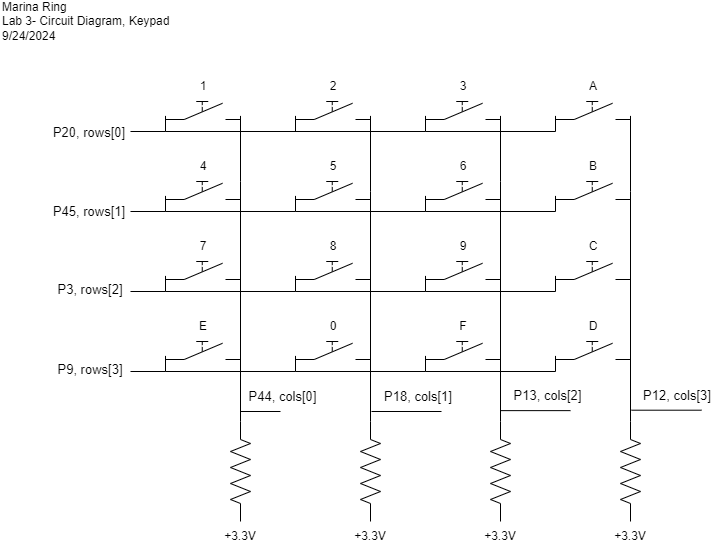
The draw.io diagram images/Lab3/LAB3_KEYPAD_CIRCUIT.png in marinaring/marinaring.github.io, before a commit. Source tidied: cells renumbered, new cells last; positions are measured from the earlier drawing's top-left corner, leaving out a move shared by most shapes. Its diagram source:
```xml
<mxGraphModel>
  <root>
    <mxCell id="0" />
    <mxCell id="1" parent="0" />
    <mxCell id="2" value="P44, cols[0]" style="text;html=1;align=center;verticalAlign=middle;whiteSpace=wrap;rounded=0;fontSize=13;" parent="1" vertex="1">
      <mxGeometry x="240" y="380" width="85" height="30" as="geometry" />
    </mxCell>
    <mxCell id="3" value="Marina Ring&lt;div&gt;Lab 3- Circuit Diagram, Keypad&lt;/div&gt;&lt;div&gt;9/24/2024&lt;/div&gt;" style="text;html=1;align=left;verticalAlign=middle;whiteSpace=wrap;rounded=0;" parent="1" vertex="1">
      <mxGeometry width="170" height="40" as="geometry" />
    </mxCell>
    <mxCell id="4" style="edgeStyle=orthogonalEdgeStyle;rounded=0;jettySize=auto;html=1;exitX=0;exitY=0.8;exitDx=0;exitDy=0;entryX=0;entryY=0.8;entryDx=0;entryDy=0;endArrow=none;endFill=0;" parent="1" edge="1" source="6" target="8">
      <mxGeometry relative="1" as="geometry">
        <Array as="points">
          <mxPoint x="165" y="130" />
          <mxPoint x="295" y="130" />
        </Array>
      </mxGeometry>
    </mxCell>
    <mxCell id="5" style="edgeStyle=orthogonalEdgeStyle;rounded=0;jettySize=auto;html=1;exitX=1;exitY=0.8;exitDx=0;exitDy=0;endArrow=none;endFill=0;entryX=0;entryY=0.5;entryDx=0;entryDy=0;entryPerimeter=0;" parent="1" edge="1" source="6" target="38">
      <mxGeometry relative="1" as="geometry">
        <Array as="points">
          <mxPoint x="240" y="180" />
        </Array>
      </mxGeometry>
    </mxCell>
    <mxCell id="6" style="verticalLabelPosition=bottom;shadow=0;dashed=0;align=center;html=1;verticalAlign=top;shape=mxgraph.electrical.electro-mechanical.manualSwitch2;elSwitchState=off;" parent="1" vertex="1">
      <mxGeometry x="165" y="100" width="75" height="18" as="geometry" />
    </mxCell>
    <mxCell id="7" style="edgeStyle=orthogonalEdgeStyle;rounded=0;jettySize=auto;html=1;exitX=1;exitY=0.8;exitDx=0;exitDy=0;endArrow=none;endFill=0;entryX=0;entryY=0.5;entryDx=0;entryDy=0;entryPerimeter=0;" parent="1" edge="1" source="8" target="39">
      <mxGeometry relative="1" as="geometry">
        <Array as="points">
          <mxPoint x="370" y="190" />
          <mxPoint x="370" y="190" />
        </Array>
      </mxGeometry>
    </mxCell>
    <mxCell id="8" style="verticalLabelPosition=bottom;shadow=0;dashed=0;align=center;html=1;verticalAlign=top;shape=mxgraph.electrical.electro-mechanical.manualSwitch2;elSwitchState=off;" parent="1" vertex="1">
      <mxGeometry x="295" y="100" width="75" height="18" as="geometry" />
    </mxCell>
    <mxCell id="9" style="edgeStyle=orthogonalEdgeStyle;rounded=0;jettySize=auto;html=1;exitX=0;exitY=0.8;exitDx=0;exitDy=0;endArrow=none;endFill=0;" parent="1" edge="1" source="11">
      <mxGeometry relative="1" as="geometry">
        <mxPoint x="265" y="130" as="targetPoint" />
        <Array as="points">
          <mxPoint x="425" y="130" />
        </Array>
      </mxGeometry>
    </mxCell>
    <mxCell id="10" style="edgeStyle=orthogonalEdgeStyle;rounded=0;jettySize=auto;html=1;exitX=1;exitY=0.8;exitDx=0;exitDy=0;endArrow=none;endFill=0;entryX=0;entryY=0.5;entryDx=0;entryDy=0;entryPerimeter=0;" parent="1" edge="1" source="11" target="36">
      <mxGeometry relative="1" as="geometry">
        <Array as="points">
          <mxPoint x="500" y="180" />
        </Array>
      </mxGeometry>
    </mxCell>
    <mxCell id="11" style="verticalLabelPosition=bottom;shadow=0;dashed=0;align=center;html=1;verticalAlign=top;shape=mxgraph.electrical.electro-mechanical.manualSwitch2;elSwitchState=off;" parent="1" vertex="1">
      <mxGeometry x="425" y="100" width="75" height="18" as="geometry" />
    </mxCell>
    <mxCell id="12" style="edgeStyle=orthogonalEdgeStyle;rounded=0;jettySize=auto;html=1;exitX=0;exitY=0.8;exitDx=0;exitDy=0;endArrow=none;endFill=0;" parent="1" edge="1" source="14">
      <mxGeometry relative="1" as="geometry">
        <mxPoint x="425" y="130" as="targetPoint" />
        <Array as="points">
          <mxPoint x="555" y="130" />
        </Array>
      </mxGeometry>
    </mxCell>
    <mxCell id="13" style="edgeStyle=orthogonalEdgeStyle;rounded=0;jettySize=auto;html=1;exitX=1;exitY=0.8;exitDx=0;exitDy=0;endArrow=none;endFill=0;entryX=0;entryY=0.5;entryDx=0;entryDy=0;entryPerimeter=0;" parent="1" edge="1" source="14" target="37">
      <mxGeometry relative="1" as="geometry">
        <Array as="points">
          <mxPoint x="630" y="190" />
          <mxPoint x="630" y="190" />
        </Array>
      </mxGeometry>
    </mxCell>
    <mxCell id="14" style="verticalLabelPosition=bottom;shadow=0;dashed=0;align=center;html=1;verticalAlign=top;shape=mxgraph.electrical.electro-mechanical.manualSwitch2;elSwitchState=off;" parent="1" vertex="1">
      <mxGeometry x="555" y="100" width="75" height="18" as="geometry" />
    </mxCell>
    <mxCell id="15" style="verticalLabelPosition=bottom;shadow=0;dashed=0;align=center;html=1;verticalAlign=top;shape=mxgraph.electrical.electro-mechanical.manualSwitch2;elSwitchState=off;" parent="1" vertex="1">
      <mxGeometry x="165" y="180" width="75" height="18" as="geometry" />
    </mxCell>
    <mxCell id="16" style="edgeStyle=orthogonalEdgeStyle;rounded=0;jettySize=auto;html=1;exitX=0;exitY=0.8;exitDx=0;exitDy=0;entryX=0;entryY=0.8;entryDx=0;entryDy=0;endArrow=none;endFill=0;" parent="1" edge="1" source="17" target="15">
      <mxGeometry relative="1" as="geometry">
        <Array as="points">
          <mxPoint x="295" y="210" />
          <mxPoint x="165" y="210" />
        </Array>
      </mxGeometry>
    </mxCell>
    <mxCell id="17" style="verticalLabelPosition=bottom;shadow=0;dashed=0;align=center;html=1;verticalAlign=top;shape=mxgraph.electrical.electro-mechanical.manualSwitch2;elSwitchState=off;" parent="1" vertex="1">
      <mxGeometry x="295" y="180" width="75" height="18" as="geometry" />
    </mxCell>
    <mxCell id="18" style="edgeStyle=orthogonalEdgeStyle;rounded=0;jettySize=auto;html=1;exitX=0;exitY=0.8;exitDx=0;exitDy=0;endArrow=none;endFill=0;" parent="1" edge="1" source="19">
      <mxGeometry relative="1" as="geometry">
        <mxPoint x="295" y="210" as="targetPoint" />
        <Array as="points">
          <mxPoint x="425" y="210" />
        </Array>
      </mxGeometry>
    </mxCell>
    <mxCell id="19" style="verticalLabelPosition=bottom;shadow=0;dashed=0;align=center;html=1;verticalAlign=top;shape=mxgraph.electrical.electro-mechanical.manualSwitch2;elSwitchState=off;" parent="1" vertex="1">
      <mxGeometry x="425" y="180" width="75" height="18" as="geometry" />
    </mxCell>
    <mxCell id="20" style="edgeStyle=orthogonalEdgeStyle;rounded=0;jettySize=auto;html=1;exitX=0;exitY=0.8;exitDx=0;exitDy=0;endArrow=none;endFill=0;" parent="1" edge="1" source="21">
      <mxGeometry relative="1" as="geometry">
        <mxPoint x="425" y="210" as="targetPoint" />
        <Array as="points">
          <mxPoint x="555" y="210" />
        </Array>
      </mxGeometry>
    </mxCell>
    <mxCell id="21" style="verticalLabelPosition=bottom;shadow=0;dashed=0;align=center;html=1;verticalAlign=top;shape=mxgraph.electrical.electro-mechanical.manualSwitch2;elSwitchState=off;" parent="1" vertex="1">
      <mxGeometry x="555" y="180" width="75" height="18" as="geometry" />
    </mxCell>
    <mxCell id="22" style="verticalLabelPosition=bottom;shadow=0;dashed=0;align=center;html=1;verticalAlign=top;shape=mxgraph.electrical.electro-mechanical.manualSwitch2;elSwitchState=off;" parent="1" vertex="1">
      <mxGeometry x="165" y="260" width="75" height="18" as="geometry" />
    </mxCell>
    <mxCell id="23" style="edgeStyle=orthogonalEdgeStyle;rounded=0;jettySize=auto;html=1;exitX=0;exitY=0.8;exitDx=0;exitDy=0;entryX=0;entryY=0.8;entryDx=0;entryDy=0;endArrow=none;endFill=0;" parent="1" edge="1" source="24" target="22">
      <mxGeometry relative="1" as="geometry">
        <Array as="points">
          <mxPoint x="295" y="290" />
          <mxPoint x="165" y="290" />
        </Array>
      </mxGeometry>
    </mxCell>
    <mxCell id="24" style="verticalLabelPosition=bottom;shadow=0;dashed=0;align=center;html=1;verticalAlign=top;shape=mxgraph.electrical.electro-mechanical.manualSwitch2;elSwitchState=off;" parent="1" vertex="1">
      <mxGeometry x="295" y="260" width="75" height="18" as="geometry" />
    </mxCell>
    <mxCell id="25" style="edgeStyle=orthogonalEdgeStyle;rounded=0;jettySize=auto;html=1;exitX=0;exitY=0.8;exitDx=0;exitDy=0;endArrow=none;endFill=0;" parent="1" edge="1" source="26">
      <mxGeometry relative="1" as="geometry">
        <mxPoint x="295" y="290" as="targetPoint" />
        <Array as="points">
          <mxPoint x="425" y="290" />
        </Array>
      </mxGeometry>
    </mxCell>
    <mxCell id="26" style="verticalLabelPosition=bottom;shadow=0;dashed=0;align=center;html=1;verticalAlign=top;shape=mxgraph.electrical.electro-mechanical.manualSwitch2;elSwitchState=off;" parent="1" vertex="1">
      <mxGeometry x="425" y="260" width="75" height="18" as="geometry" />
    </mxCell>
    <mxCell id="27" style="edgeStyle=orthogonalEdgeStyle;rounded=0;jettySize=auto;html=1;exitX=0;exitY=0.8;exitDx=0;exitDy=0;endArrow=none;endFill=0;" parent="1" edge="1" source="28">
      <mxGeometry relative="1" as="geometry">
        <mxPoint x="425" y="290" as="targetPoint" />
        <Array as="points">
          <mxPoint x="555" y="290" />
        </Array>
      </mxGeometry>
    </mxCell>
    <mxCell id="28" style="verticalLabelPosition=bottom;shadow=0;dashed=0;align=center;html=1;verticalAlign=top;shape=mxgraph.electrical.electro-mechanical.manualSwitch2;elSwitchState=off;" parent="1" vertex="1">
      <mxGeometry x="555" y="260" width="75" height="18" as="geometry" />
    </mxCell>
    <mxCell id="29" style="verticalLabelPosition=bottom;shadow=0;dashed=0;align=center;html=1;verticalAlign=top;shape=mxgraph.electrical.electro-mechanical.manualSwitch2;elSwitchState=off;" parent="1" vertex="1">
      <mxGeometry x="165" y="340" width="75" height="18" as="geometry" />
    </mxCell>
    <mxCell id="30" style="edgeStyle=orthogonalEdgeStyle;rounded=0;jettySize=auto;html=1;exitX=0;exitY=0.8;exitDx=0;exitDy=0;entryX=0;entryY=0.8;entryDx=0;entryDy=0;endArrow=none;endFill=0;" parent="1" edge="1" source="31" target="29">
      <mxGeometry relative="1" as="geometry">
        <Array as="points">
          <mxPoint x="295" y="370" />
          <mxPoint x="165" y="370" />
        </Array>
      </mxGeometry>
    </mxCell>
    <mxCell id="31" style="verticalLabelPosition=bottom;shadow=0;dashed=0;align=center;html=1;verticalAlign=top;shape=mxgraph.electrical.electro-mechanical.manualSwitch2;elSwitchState=off;" parent="1" vertex="1">
      <mxGeometry x="295" y="340" width="75" height="18" as="geometry" />
    </mxCell>
    <mxCell id="32" style="edgeStyle=orthogonalEdgeStyle;rounded=0;jettySize=auto;html=1;exitX=0;exitY=0.8;exitDx=0;exitDy=0;endArrow=none;endFill=0;" parent="1" edge="1" source="33">
      <mxGeometry relative="1" as="geometry">
        <mxPoint x="295" y="370" as="targetPoint" />
        <Array as="points">
          <mxPoint x="425" y="370" />
        </Array>
      </mxGeometry>
    </mxCell>
    <mxCell id="33" style="verticalLabelPosition=bottom;shadow=0;dashed=0;align=center;html=1;verticalAlign=top;shape=mxgraph.electrical.electro-mechanical.manualSwitch2;elSwitchState=off;" parent="1" vertex="1">
      <mxGeometry x="425" y="340" width="75" height="18" as="geometry" />
    </mxCell>
    <mxCell id="34" style="edgeStyle=orthogonalEdgeStyle;rounded=0;jettySize=auto;html=1;exitX=0;exitY=0.8;exitDx=0;exitDy=0;endArrow=none;endFill=0;" parent="1" edge="1" source="35">
      <mxGeometry relative="1" as="geometry">
        <mxPoint x="425" y="370" as="targetPoint" />
        <Array as="points">
          <mxPoint x="555" y="370" />
        </Array>
      </mxGeometry>
    </mxCell>
    <mxCell id="35" style="verticalLabelPosition=bottom;shadow=0;dashed=0;align=center;html=1;verticalAlign=top;shape=mxgraph.electrical.electro-mechanical.manualSwitch2;elSwitchState=off;" parent="1" vertex="1">
      <mxGeometry x="555" y="340" width="75" height="18" as="geometry" />
    </mxCell>
    <mxCell id="36" style="verticalLabelPosition=bottom;shadow=0;dashed=0;align=center;html=1;verticalAlign=top;shape=mxgraph.electrical.resistors.resistor_2;rotation=90;" parent="1" vertex="1">
      <mxGeometry x="450" y="460" width="100" height="20" as="geometry" />
    </mxCell>
    <mxCell id="37" style="verticalLabelPosition=bottom;shadow=0;dashed=0;align=center;html=1;verticalAlign=top;shape=mxgraph.electrical.resistors.resistor_2;rotation=90;" parent="1" vertex="1">
      <mxGeometry x="580" y="460" width="100" height="20" as="geometry" />
    </mxCell>
    <mxCell id="38" style="verticalLabelPosition=bottom;shadow=0;dashed=0;align=center;html=1;verticalAlign=top;shape=mxgraph.electrical.resistors.resistor_2;rotation=90;" parent="1" vertex="1">
      <mxGeometry x="190" y="460" width="100" height="20" as="geometry" />
    </mxCell>
    <mxCell id="39" style="verticalLabelPosition=bottom;shadow=0;dashed=0;align=center;html=1;verticalAlign=top;shape=mxgraph.electrical.resistors.resistor_2;rotation=90;" parent="1" vertex="1">
      <mxGeometry x="320" y="460" width="100" height="20" as="geometry" />
    </mxCell>
    <mxCell id="40" style="endArrow=none;html=1;rounded=0;" parent="1" edge="1">
      <mxGeometry relative="1" as="geometry">
        <mxPoint x="240" y="410" as="sourcePoint" />
        <mxPoint x="280" y="410" as="targetPoint" />
      </mxGeometry>
    </mxCell>
    <mxCell id="41" value="P18, cols[1]" style="text;html=1;align=center;verticalAlign=middle;whiteSpace=wrap;rounded=0;fontSize=13;" parent="1" vertex="1">
      <mxGeometry x="366" y="380" width="104" height="30" as="geometry" />
    </mxCell>
    <mxCell id="42" style="endArrow=none;html=1;rounded=0;" parent="1" edge="1">
      <mxGeometry relative="1" as="geometry">
        <mxPoint x="371" y="410" as="sourcePoint" />
        <mxPoint x="441" y="410" as="targetPoint" />
      </mxGeometry>
    </mxCell>
    <mxCell id="43" value="P13, cols[2]" style="text;html=1;align=center;verticalAlign=middle;whiteSpace=wrap;rounded=0;fontSize=13;" parent="1" vertex="1">
      <mxGeometry x="500" y="378.7" width="95" height="30" as="geometry" />
    </mxCell>
    <mxCell id="44" style="endArrow=none;html=1;rounded=0;" parent="1" edge="1">
      <mxGeometry relative="1" as="geometry">
        <mxPoint x="500" y="409.1" as="sourcePoint" />
        <mxPoint x="570" y="409.1" as="targetPoint" />
      </mxGeometry>
    </mxCell>
    <mxCell id="45" value="P12, cols[3]" style="text;html=1;align=center;verticalAlign=middle;whiteSpace=wrap;rounded=0;fontSize=13;" parent="1" vertex="1">
      <mxGeometry x="630" y="378.7" width="94" height="30" as="geometry" />
    </mxCell>
    <mxCell id="46" style="endArrow=none;html=1;rounded=0;" parent="1" edge="1">
      <mxGeometry relative="1" as="geometry">
        <mxPoint x="631" y="408.7" as="sourcePoint" />
        <mxPoint x="701" y="408.7" as="targetPoint" />
      </mxGeometry>
    </mxCell>
    <mxCell id="47" value="+3.3V" style="text;html=1;align=center;verticalAlign=middle;whiteSpace=wrap;rounded=0;" parent="1" vertex="1">
      <mxGeometry x="210" y="520" width="60" height="30" as="geometry" />
    </mxCell>
    <mxCell id="48" value="+3.3V" style="text;html=1;align=center;verticalAlign=middle;whiteSpace=wrap;rounded=0;" parent="1" vertex="1">
      <mxGeometry x="340" y="520" width="60" height="30" as="geometry" />
    </mxCell>
    <mxCell id="49" value="+3.3V" style="text;html=1;align=center;verticalAlign=middle;whiteSpace=wrap;rounded=0;" parent="1" vertex="1">
      <mxGeometry x="470" y="520" width="60" height="30" as="geometry" />
    </mxCell>
    <mxCell id="50" value="+3.3V" style="text;html=1;align=center;verticalAlign=middle;whiteSpace=wrap;rounded=0;" parent="1" vertex="1">
      <mxGeometry x="600" y="520" width="60" height="30" as="geometry" />
    </mxCell>
    <mxCell id="51" style="endArrow=none;html=1;rounded=0;" parent="1" edge="1">
      <mxGeometry relative="1" as="geometry">
        <mxPoint x="130" y="130" as="sourcePoint" />
        <mxPoint x="165" y="130" as="targetPoint" />
      </mxGeometry>
    </mxCell>
    <mxCell id="52" style="endArrow=none;html=1;rounded=0;" parent="1" edge="1">
      <mxGeometry relative="1" as="geometry">
        <mxPoint x="130" y="210" as="sourcePoint" />
        <mxPoint x="165" y="210" as="targetPoint" />
      </mxGeometry>
    </mxCell>
    <mxCell id="53" style="endArrow=none;html=1;rounded=0;" parent="1" edge="1">
      <mxGeometry relative="1" as="geometry">
        <mxPoint x="130" y="290" as="sourcePoint" />
        <mxPoint x="165" y="290" as="targetPoint" />
      </mxGeometry>
    </mxCell>
    <mxCell id="54" style="endArrow=none;html=1;rounded=0;" parent="1" edge="1">
      <mxGeometry relative="1" as="geometry">
        <mxPoint x="130" y="370" as="sourcePoint" />
        <mxPoint x="165" y="370" as="targetPoint" />
      </mxGeometry>
    </mxCell>
    <mxCell id="55" value="P20,&amp;nbsp;&lt;span style=&quot;background-color: initial; font-size: 13px;&quot;&gt;rows[0]&lt;/span&gt;" style="text;html=1;align=center;verticalAlign=middle;whiteSpace=wrap;rounded=0;fontSize=13;" parent="1" vertex="1">
      <mxGeometry x="59" y="116" width="60" height="30" as="geometry" />
    </mxCell>
    <mxCell id="56" value="&lt;font style=&quot;font-size: 13px;&quot;&gt;P45,&amp;nbsp;&lt;span style=&quot;background-color: initial;&quot;&gt;rows[1]&lt;/span&gt;&lt;/font&gt;" style="text;html=1;align=center;verticalAlign=middle;whiteSpace=wrap;rounded=0;" parent="1" vertex="1">
      <mxGeometry x="59" y="195" width="60" height="30" as="geometry" />
    </mxCell>
    <mxCell id="57" value="P3,&amp;nbsp;&lt;span style=&quot;background-color: initial; font-size: 13px;&quot;&gt;rows[2]&lt;/span&gt;" style="text;html=1;align=center;verticalAlign=middle;whiteSpace=wrap;rounded=0;fontSize=13;" parent="1" vertex="1">
      <mxGeometry x="60" y="273" width="60" height="30" as="geometry" />
    </mxCell>
    <mxCell id="58" value="P9,&amp;nbsp;&lt;span style=&quot;background-color: initial; font-size: 13px;&quot;&gt;rows[3]&lt;/span&gt;" style="text;html=1;align=center;verticalAlign=middle;whiteSpace=wrap;rounded=0;fontSize=13;" parent="1" vertex="1">
      <mxGeometry x="60" y="353" width="60" height="30" as="geometry" />
    </mxCell>
    <mxCell id="59" value="1" style="text;html=1;align=center;verticalAlign=middle;whiteSpace=wrap;rounded=0;" parent="1" vertex="1">
      <mxGeometry x="172.5" y="70" width="60" height="30" as="geometry" />
    </mxCell>
    <mxCell id="60" value="2" style="text;html=1;align=center;verticalAlign=middle;whiteSpace=wrap;rounded=0;" parent="1" vertex="1">
      <mxGeometry x="302.5" y="70" width="60" height="30" as="geometry" />
    </mxCell>
    <mxCell id="61" value="3" style="text;html=1;align=center;verticalAlign=middle;whiteSpace=wrap;rounded=0;" parent="1" vertex="1">
      <mxGeometry x="432.5" y="70" width="60" height="30" as="geometry" />
    </mxCell>
    <mxCell id="62" value="A" style="text;html=1;align=center;verticalAlign=middle;whiteSpace=wrap;rounded=0;" parent="1" vertex="1">
      <mxGeometry x="562.5" y="70" width="60" height="30" as="geometry" />
    </mxCell>
    <mxCell id="63" value="B" style="text;html=1;align=center;verticalAlign=middle;whiteSpace=wrap;rounded=0;" parent="1" vertex="1">
      <mxGeometry x="562.5" y="150" width="60" height="30" as="geometry" />
    </mxCell>
    <mxCell id="64" value="C" style="text;html=1;align=center;verticalAlign=middle;whiteSpace=wrap;rounded=0;" parent="1" vertex="1">
      <mxGeometry x="562.5" y="230" width="60" height="30" as="geometry" />
    </mxCell>
    <mxCell id="65" value="D" style="text;html=1;align=center;verticalAlign=middle;whiteSpace=wrap;rounded=0;" parent="1" vertex="1">
      <mxGeometry x="562.5" y="310" width="60" height="30" as="geometry" />
    </mxCell>
    <mxCell id="66" value="4" style="text;html=1;align=center;verticalAlign=middle;whiteSpace=wrap;rounded=0;" parent="1" vertex="1">
      <mxGeometry x="172.5" y="150" width="60" height="30" as="geometry" />
    </mxCell>
    <mxCell id="67" value="5" style="text;html=1;align=center;verticalAlign=middle;whiteSpace=wrap;rounded=0;" parent="1" vertex="1">
      <mxGeometry x="302.5" y="150" width="60" height="30" as="geometry" />
    </mxCell>
    <mxCell id="68" value="6" style="text;html=1;align=center;verticalAlign=middle;whiteSpace=wrap;rounded=0;" parent="1" vertex="1">
      <mxGeometry x="432.5" y="150" width="60" height="30" as="geometry" />
    </mxCell>
    <mxCell id="69" value="7" style="text;html=1;align=center;verticalAlign=middle;whiteSpace=wrap;rounded=0;" parent="1" vertex="1">
      <mxGeometry x="172.5" y="230" width="60" height="30" as="geometry" />
    </mxCell>
    <mxCell id="70" value="8" style="text;html=1;align=center;verticalAlign=middle;whiteSpace=wrap;rounded=0;" parent="1" vertex="1">
      <mxGeometry x="302.5" y="230" width="60" height="30" as="geometry" />
    </mxCell>
    <mxCell id="71" value="9" style="text;html=1;align=center;verticalAlign=middle;whiteSpace=wrap;rounded=0;" parent="1" vertex="1">
      <mxGeometry x="432.5" y="230" width="60" height="30" as="geometry" />
    </mxCell>
    <mxCell id="72" value="E" style="text;html=1;align=center;verticalAlign=middle;whiteSpace=wrap;rounded=0;" parent="1" vertex="1">
      <mxGeometry x="172.5" y="310" width="60" height="30" as="geometry" />
    </mxCell>
    <mxCell id="73" value="0" style="text;html=1;align=center;verticalAlign=middle;whiteSpace=wrap;rounded=0;" parent="1" vertex="1">
      <mxGeometry x="302.5" y="310" width="60" height="30" as="geometry" />
    </mxCell>
    <mxCell id="74" value="F" style="text;html=1;align=center;verticalAlign=middle;whiteSpace=wrap;rounded=0;" parent="1" vertex="1">
      <mxGeometry x="432.5" y="310" width="60" height="30" as="geometry" />
    </mxCell>
  </root>
</mxGraphModel>
```
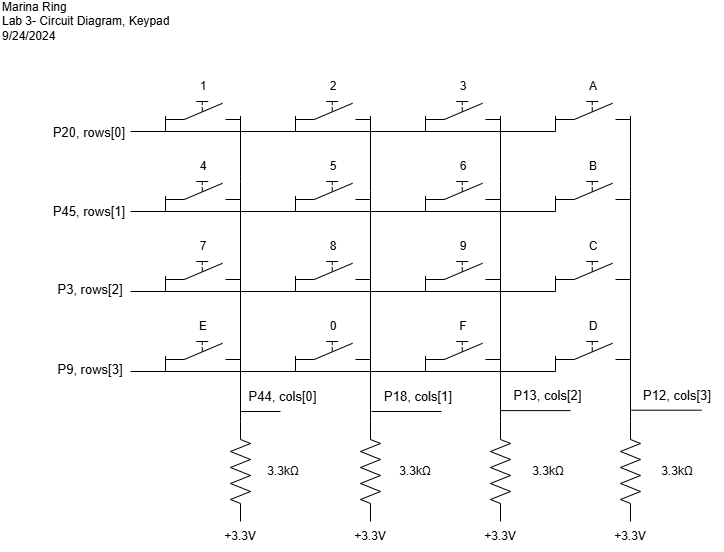
After the change.

Diff of the diagram source:
```diff
@@ -323,5 +323,17 @@
     <mxCell id="74" value="F" style="text;html=1;align=center;verticalAlign=middle;whiteSpace=wrap;rounded=0;" parent="1" vertex="1">
       <mxGeometry x="432.5" y="310" width="60" height="30" as="geometry" />
     </mxCell>
+    <mxCell id="75" value="3.3kΩ" style="text;html=1;align=center;verticalAlign=middle;whiteSpace=wrap;rounded=0;" parent="1" vertex="1">
+      <mxGeometry x="252.5" y="455" width="60" height="30" as="geometry" />
+    </mxCell>
+    <mxCell id="76" value="3.3kΩ" style="text;html=1;align=center;verticalAlign=middle;whiteSpace=wrap;rounded=0;" parent="1" vertex="1">
+      <mxGeometry x="385" y="455" width="60" height="30" as="geometry" />
+    </mxCell>
+    <mxCell id="77" value="3.3kΩ" style="text;html=1;align=center;verticalAlign=middle;whiteSpace=wrap;rounded=0;" parent="1" vertex="1">
+      <mxGeometry x="517.5" y="455" width="60" height="30" as="geometry" />
+    </mxCell>
+    <mxCell id="78" value="3.3kΩ" style="text;html=1;align=center;verticalAlign=middle;whiteSpace=wrap;rounded=0;" parent="1" vertex="1">
+      <mxGeometry x="647" y="455" width="60" height="30" as="geometry" />
+    </mxCell>
   </root>
 </mxGraphModel>
```
